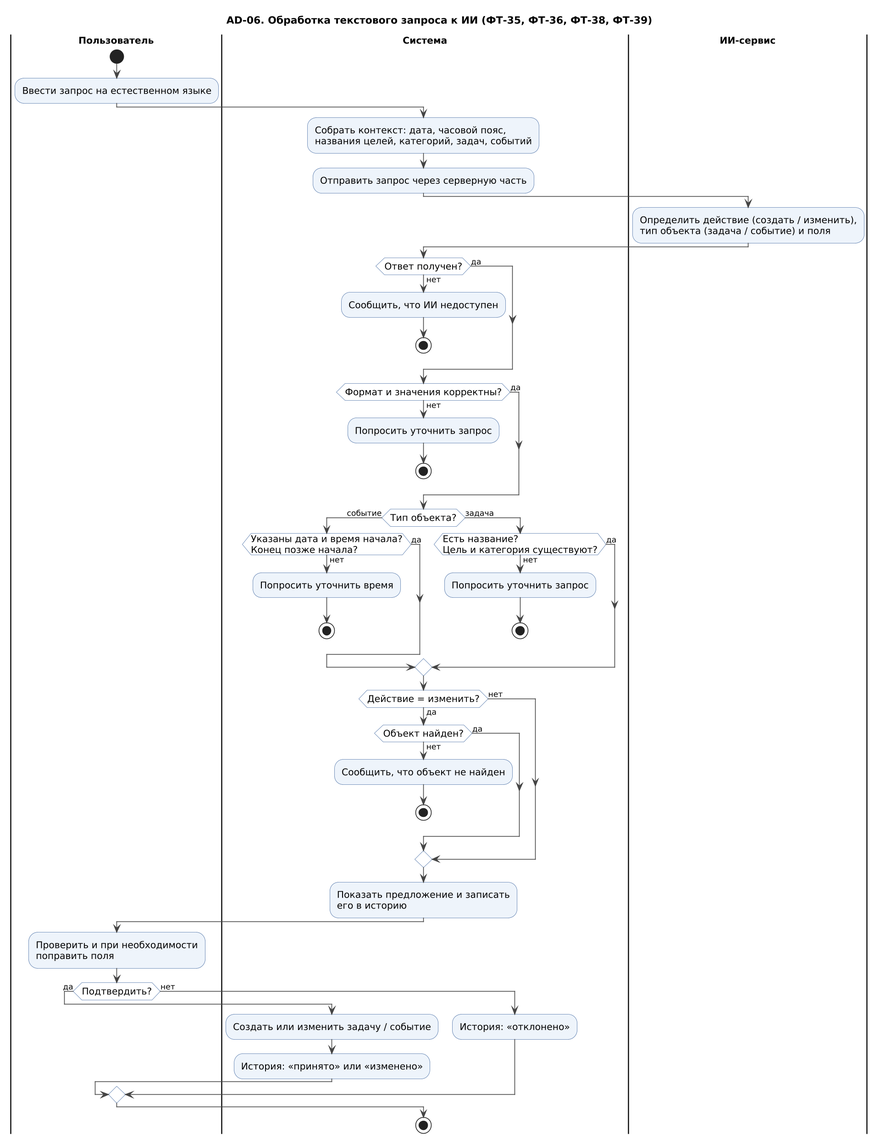
Above: docs/uml/png/AD-06_zapros_k_ii.png in freez044/kpo_project (PlantUML), before the change.
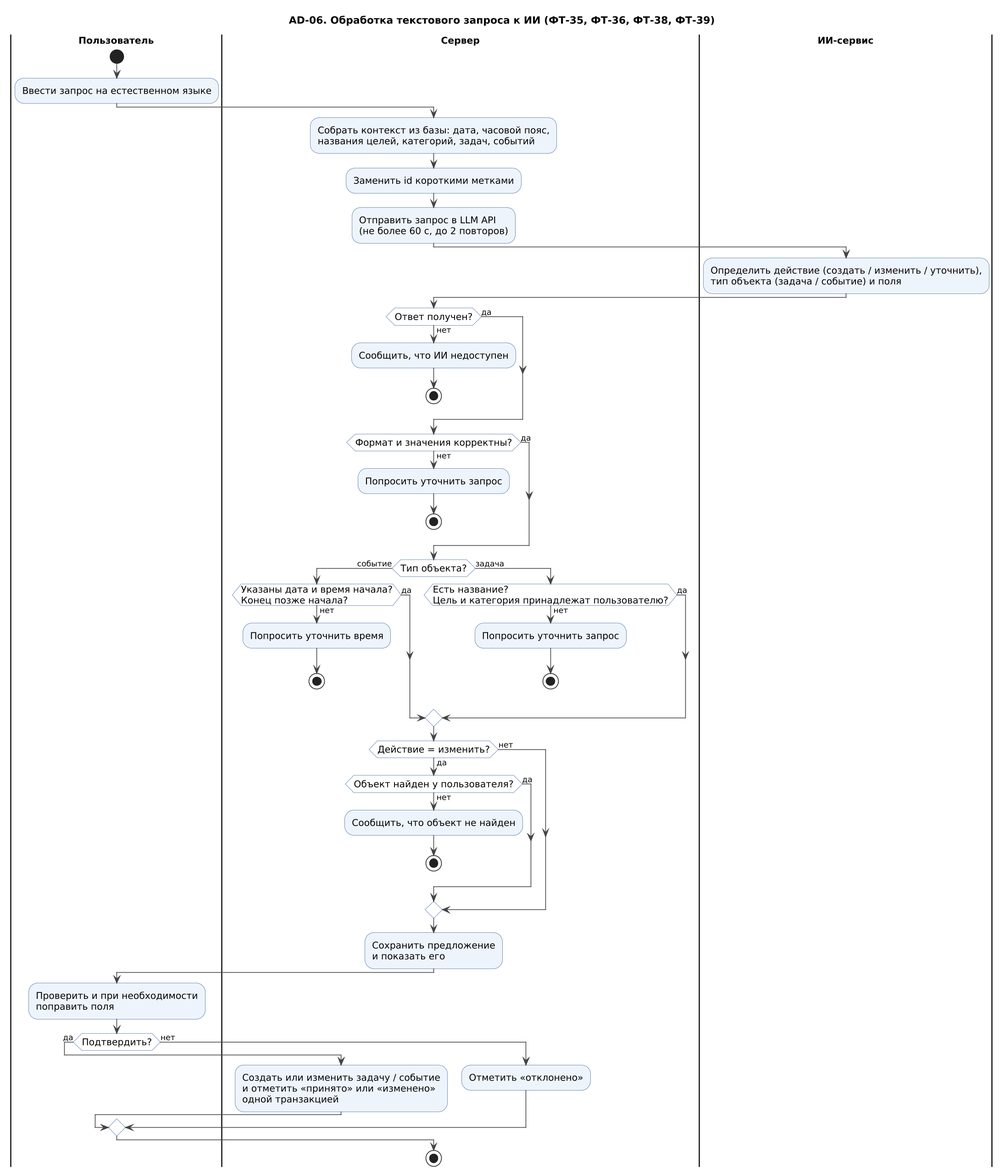
The same file after the commit.

The edit, as a diff of the source:
```diff
@@ -4,14 +4,16 @@
 |Пользователь|
 start
 :Ввести запрос на естественном языке;
-|Система|
-:Собрать контекст: дата, часовой пояс,
+|Сервер|
+:Собрать контекст из базы: дата, часовой пояс,
 названия целей, категорий, задач, событий;
-:Отправить запрос через серверную часть;
+:Заменить id короткими метками;
+:Отправить запрос в LLM API
+(не более 60 с, до 2 повторов);
 |ИИ-сервис|
-:Определить действие (создать / изменить),
+:Определить действие (создать / изменить / уточнить),
 тип объекта (задача / событие) и поля;
-|Система|
+|Сервер|
 if (Ответ получен?) then (нет)
   :Сообщить, что ИИ недоступен;
   stop
@@ -29,32 +31,33 @@
   else (да)
   endif
 else (задача)
-  if (Есть название?\nЦель и категория существуют?) then (нет)
+  if (Есть название?\nЦель и категория принадлежат пользователю?) then (нет)
     :Попросить уточнить запрос;
     stop
   else (да)
   endif
 endif
 if (Действие = изменить?) then (да)
-  if (Объект найден?) then (нет)
+  if (Объект найден у пользователя?) then (нет)
     :Сообщить, что объект не найден;
     stop
   else (да)
   endif
 else (нет)
 endif
-:Показать предложение и записать
-его в историю;
+:Сохранить предложение
+и показать его;
 |Пользователь|
 :Проверить и при необходимости
 поправить поля;
 if (Подтвердить?) then (да)
-  |Система|
-  :Создать или изменить задачу / событие;
-  :История: «принято» или «изменено»;
+  |Сервер|
+  :Создать или изменить задачу / событие
+  и отметить «принято» или «изменено»
+  одной транзакцией;
 else (нет)
-  |Система|
-  :История: «отклонено»;
+  |Сервер|
+  :Отметить «отклонено»;
 endif
 stop
 @enduml
```
